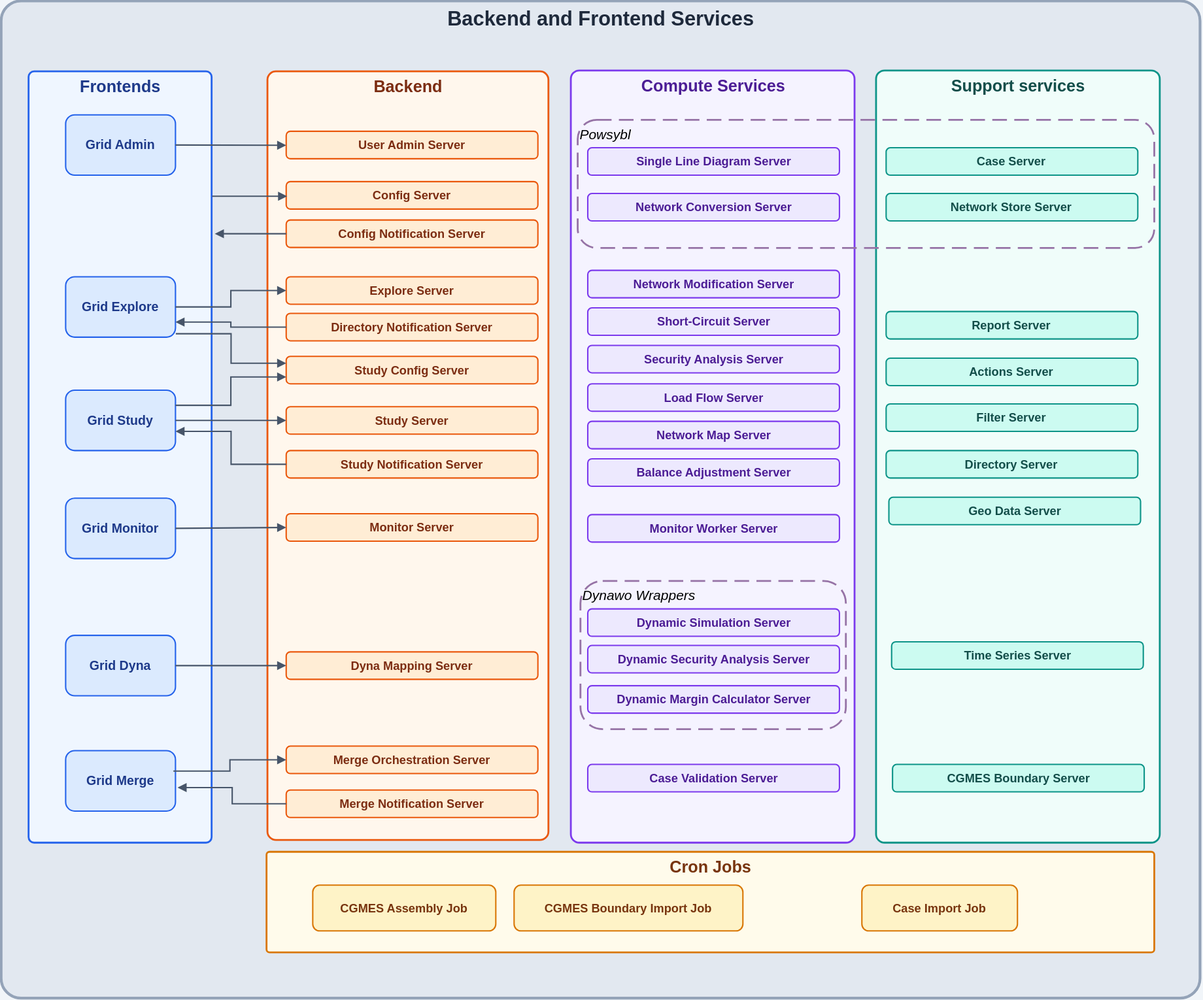
The draw.io diagram diagrams/BackendFrontend.drawio.svg in gridsuite/documentation, before a commit. Source tidied: cells renumbered, new cells last; positions are measured from the earlier drawing's top-left corner, leaving out a move shared by most shapes.
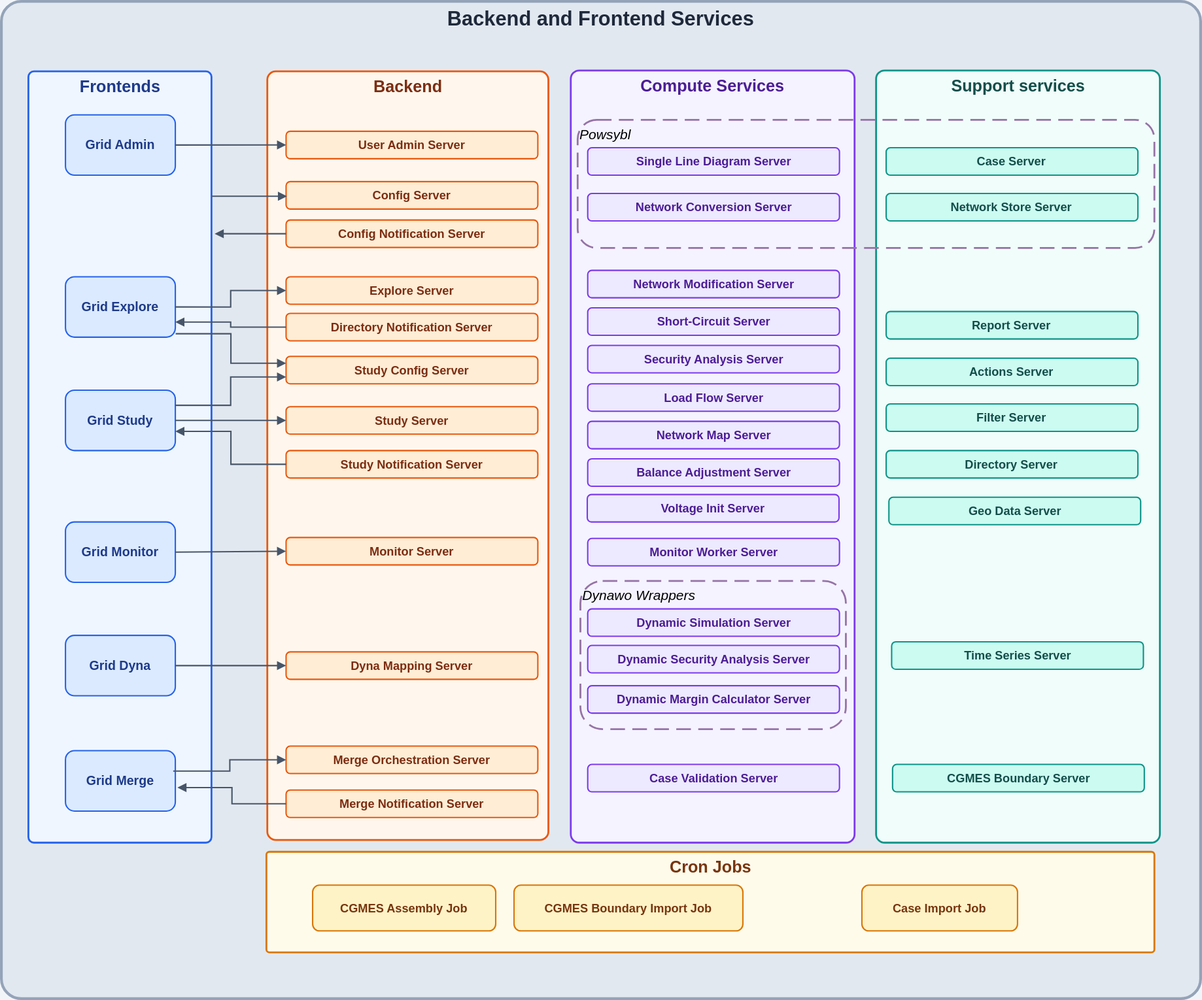
Later version of the same file.

Commit message:
add voltage-init-server micro-services

The edit, as a diff of the source:
```diff
@@ -36,7 +36,7 @@
       <mxGeometry x="70" y="425" width="120" height="66" as="geometry" />
     </mxCell>
     <mxCell id="13" value="Grid Monitor" style="rounded=1;whiteSpace=wrap;html=1;fontSize=14;fontStyle=1;fillColor=#DBEAFE;strokeColor=#2563EB;strokeWidth=1.5;fontColor=#1E3A8A;" parent="1" vertex="1">
-      <mxGeometry x="70" y="543" width="120" height="66" as="geometry" />
+      <mxGeometry x="70" y="569" width="120" height="66" as="geometry" />
     </mxCell>
     <mxCell id="14" value="Grid Dyna" style="rounded=1;whiteSpace=wrap;html=1;fontSize=14;fontStyle=1;fillColor=#DBEAFE;strokeColor=#2563EB;strokeWidth=1.5;fontColor=#1E3A8A;" parent="1" vertex="1">
       <mxGeometry x="70" y="693" width="120" height="66" as="geometry" />
@@ -69,7 +69,7 @@
       <mxGeometry x="311" y="491" width="275" height="30" as="geometry" />
     </mxCell>
     <mxCell id="24" value="Monitor Server" style="rounded=1;whiteSpace=wrap;html=1;fontSize=13;fontStyle=1;fillColor=#FFEDD5;strokeColor=#EA580C;strokeWidth=1.5;fontColor=#7C2D12;" parent="1" vertex="1">
-      <mxGeometry x="311" y="560" width="275" height="30" as="geometry" />
+      <mxGeometry x="311" y="586" width="275" height="30" as="geometry" />
     </mxCell>
     <mxCell id="25" value="Dyna Mapping Server" style="rounded=1;whiteSpace=wrap;html=1;fontSize=13;fontStyle=1;fillColor=#FFEDD5;strokeColor=#EA580C;strokeWidth=1.5;fontColor=#7C2D12;" parent="1" vertex="1">
       <mxGeometry x="311" y="711" width="275" height="30" as="geometry" />
@@ -105,7 +105,7 @@
       <mxGeometry x="640.5" y="500" width="275" height="30" as="geometry" />
     </mxCell>
     <mxCell id="36" value="Monitor Worker Server" style="rounded=1;whiteSpace=wrap;html=1;fontSize=13;fontStyle=1;fillColor=#EDE9FE;strokeColor=#7C3AED;strokeWidth=1.5;fontColor=#4C1D95;" parent="1" vertex="1">
-      <mxGeometry x="640.5" y="561" width="275" height="30" as="geometry" />
+      <mxGeometry x="640.5" y="587" width="275" height="30" as="geometry" />
     </mxCell>
     <mxCell id="37" value="Dynamic Simulation Server" style="rounded=1;whiteSpace=wrap;html=1;fontSize=13;fontStyle=1;fillColor=#EDE9FE;strokeColor=#7C3AED;strokeWidth=1.5;fontColor=#4C1D95;" parent="1" vertex="1">
       <mxGeometry x="640.5" y="664" width="275" height="30" as="geometry" />
@@ -201,5 +201,8 @@
     <mxCell id="65" style="edgeStyle=elbowEdgeStyle;rounded=0;jettySize=auto;html=1;exitX=0;exitY=0.5;exitDx=0;exitDy=0;entryX=1.019;entryY=0.611;entryDx=0;entryDy=0;entryPerimeter=0;strokeColor=#475569;strokeWidth=1.5;endArrow=block;endFill=1;" parent="1" edge="1" source="27" target="15">
       <mxGeometry relative="1" as="geometry" />
     </mxCell>
+    <mxCell id="66" value="Voltage Init Server" style="rounded=1;whiteSpace=wrap;html=1;fontSize=13;fontStyle=1;fillColor=#EDE9FE;strokeColor=#7C3AED;strokeWidth=1.5;fontColor=#4C1D95;" parent="1" vertex="1">
+      <mxGeometry x="640" y="539" width="275" height="30" as="geometry" />
+    </mxCell>
   </root>
 </mxGraphModel>
```
